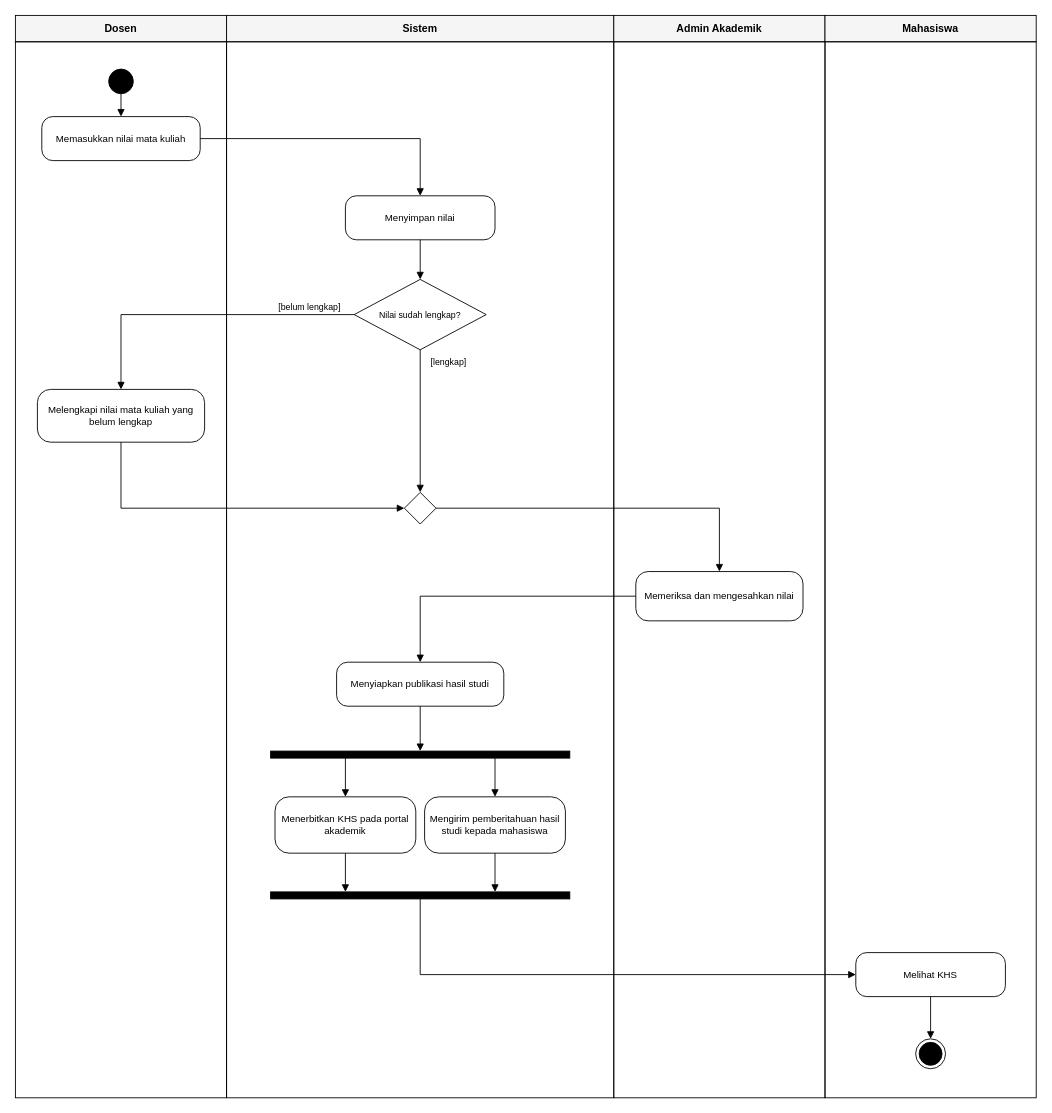
The draw.io diagram 04_model_analisis/P06/SIA/P06_2406002_SIA_activity_v01.drawio in MuhammadYusufFaturahman-55/IFRWP5149_2406002_LabAlat, before the edit. Source tidied: cells renumbered, new cells numbered last; positions are measured from the earlier drawing's top-left corner, leaving out a move shared by most shapes. Both pictures are drawn from the tidied source at 88%, with x=0, y=0 at pixel (15, 15).
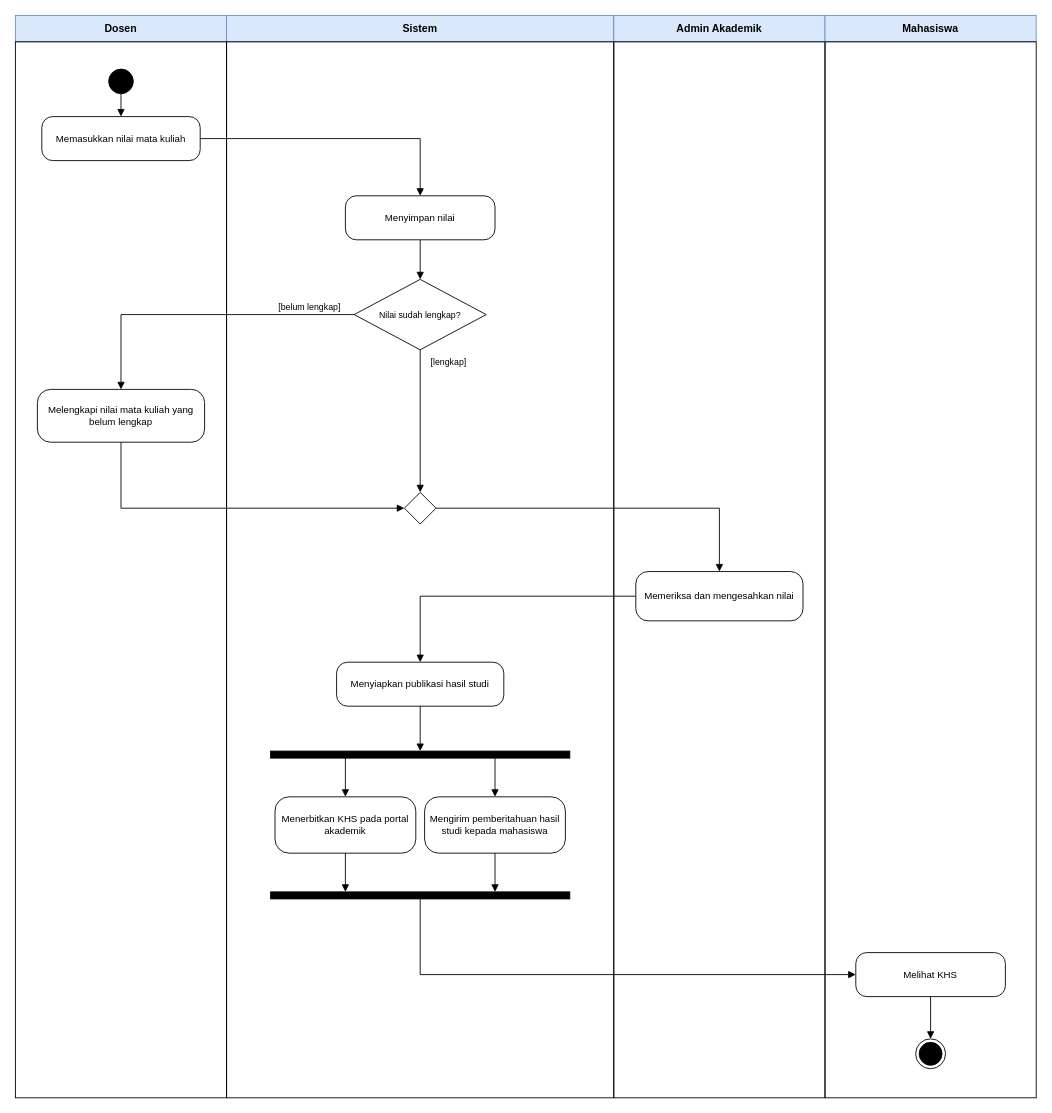
The same page after the edit.

Change to the diagram source:
```diff
@@
-    <mxCell id="2" value="Dosen" style="rounded=0;whiteSpace=wrap;html=1;fillColor=#f5f5f5;strokeColor=#000000;fontStyle=1;fontSize=12;" parent="1" vertex="1">
+    <mxCell id="2" value="Dosen" style="rounded=0;whiteSpace=wrap;html=1;fillColor=#dae8fc;strokeColor=#6c8ebf;fontStyle=1;fontSize=12;" parent="1" vertex="1">
       <mxGeometry width="240" height="30" as="geometry" />
     </mxCell>
@@
-    <mxCell id="4" value="Sistem" style="rounded=0;whiteSpace=wrap;html=1;fillColor=#f5f5f5;strokeColor=#000000;fontStyle=1;fontSize=12;" parent="1" vertex="1">
+    <mxCell id="4" value="Sistem" style="rounded=0;whiteSpace=wrap;html=1;fillColor=#dae8fc;strokeColor=#6c8ebf;fontStyle=1;fontSize=12;" parent="1" vertex="1">
       <mxGeometry x="240" width="440" height="30" as="geometry" />
     </mxCell>
@@
-    <mxCell id="6" value="Admin Akademik" style="rounded=0;whiteSpace=wrap;html=1;fillColor=#f5f5f5;strokeColor=#000000;fontStyle=1;fontSize=12;" parent="1" vertex="1">
+    <mxCell id="6" value="Admin Akademik" style="rounded=0;whiteSpace=wrap;html=1;fillColor=#dae8fc;strokeColor=#6c8ebf;fontStyle=1;fontSize=12;" parent="1" vertex="1">
       <mxGeometry x="680" width="240" height="30" as="geometry" />
     </mxCell>
@@
-    <mxCell id="8" value="Mahasiswa" style="rounded=0;whiteSpace=wrap;html=1;fillColor=#f5f5f5;strokeColor=#000000;fontStyle=1;fontSize=12;" parent="1" vertex="1">
+    <mxCell id="8" value="Mahasiswa" style="rounded=0;whiteSpace=wrap;html=1;fillColor=#dae8fc;strokeColor=#6c8ebf;fontStyle=1;fontSize=12;" parent="1" vertex="1">
       <mxGeometry x="920" width="240" height="30" as="geometry" />
     </mxCell>
```
